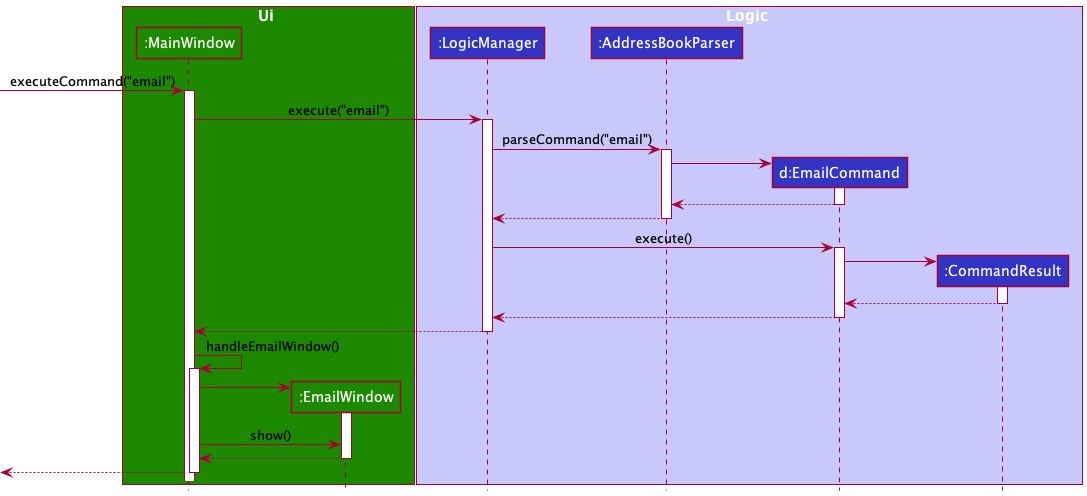
Earlier version of the PlantUML export docs/images/EmailSequenceDiagram.png (nus-cs2103-AY2122S2/tp). The source it was exported from:
```plantuml
@startuml
!include style.puml

box Ui UI_COLOR
participant ":MainWindow" as MainWindow UI_COLOR
participant ":EmailWindow" as EmailWindow UI_COLOR
end box

box Logic LOGIC_COLOR_T1
participant ":LogicManager" as LogicManager LOGIC_COLOR
participant ":AddressBookParser" as AddressBookParser LOGIC_COLOR
participant "d:EmailCommand" as EmailCommand LOGIC_COLOR
participant ":CommandResult" as CommandResult LOGIC_COLOR
end box




[-> MainWindow : executeCommand("email")
activate MainWindow

MainWindow -> LogicManager : execute("email")
activate LogicManager

LogicManager -> AddressBookParser : parseCommand("email")
activate AddressBookParser

create EmailCommand
AddressBookParser -> EmailCommand
activate EmailCommand

EmailCommand --> AddressBookParser
deactivate EmailCommand

AddressBookParser --> LogicManager
deactivate AddressBookParser

LogicManager -> EmailCommand : execute()
activate EmailCommand

create CommandResult
EmailCommand -> CommandResult
activate CommandResult

CommandResult --> EmailCommand
deactivate CommandResult

EmailCommand --> LogicManager
deactivate EmailCommand

LogicManager --> MainWindow
deactivate LogicManager

MainWindow -> MainWindow : handleEmailWindow()
activate MainWindow

create EmailWindow
MainWindow -> EmailWindow
activate EmailWindow

MainWindow -> EmailWindow : show()

EmailWindow --> MainWindow
deactivate EmailWindow

[<--MainWindow
deactivate MainWindow
@enduml
```
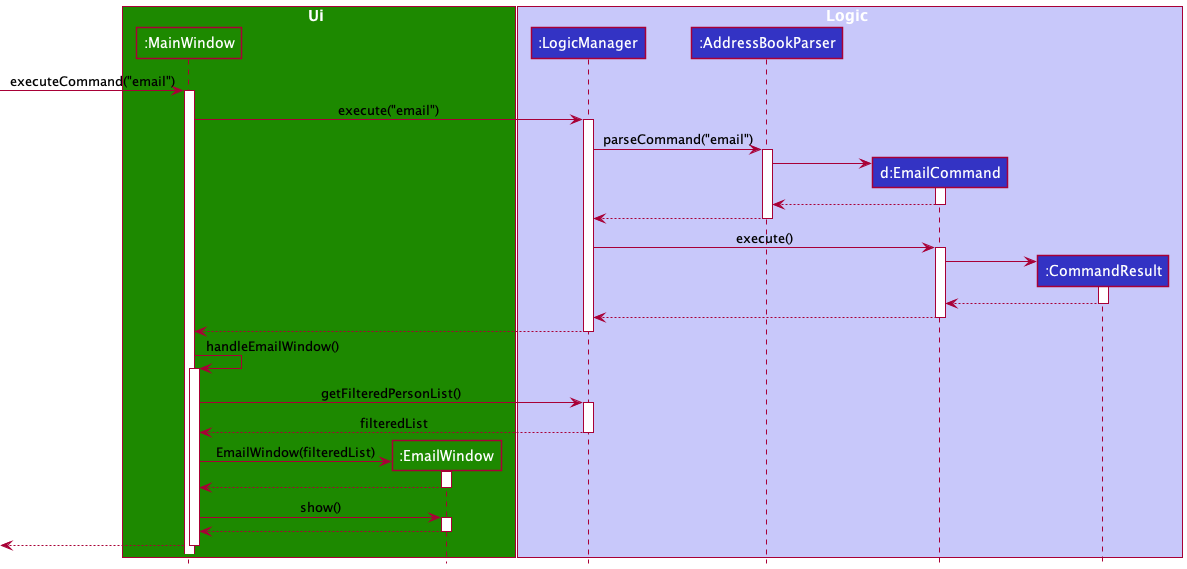
Later version of the same file.

Commit message:
Edit sequence and activity diagram to make them more concise

What changed in the source:
```diff
@@ -54,11 +54,21 @@
 MainWindow -> MainWindow : handleEmailWindow()
 activate MainWindow
 
+MainWindow -> LogicManager : getFilteredPersonList()
+activate LogicManager
+
+LogicManager --> MainWindow : filteredList
+deactivate LogicManager
+
 create EmailWindow
-MainWindow -> EmailWindow
+MainWindow -> EmailWindow : EmailWindow(filteredList)
 activate EmailWindow
 
+EmailWindow --> MainWindow
+deactivate EmailWindow
+
 MainWindow -> EmailWindow : show()
+activate EmailWindow
 
 EmailWindow --> MainWindow
 deactivate EmailWindow
```
